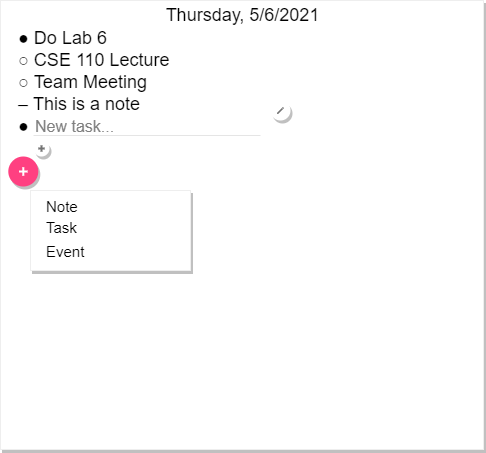
The draw.io diagram specs/editor.drawio.png in cse110-sp21-group29/cse110-sp21-group29, before a commit. Source tidied: cells renumbered, new cells last; positions are measured from the earlier drawing's top-left corner, leaving out a move shared by most shapes.
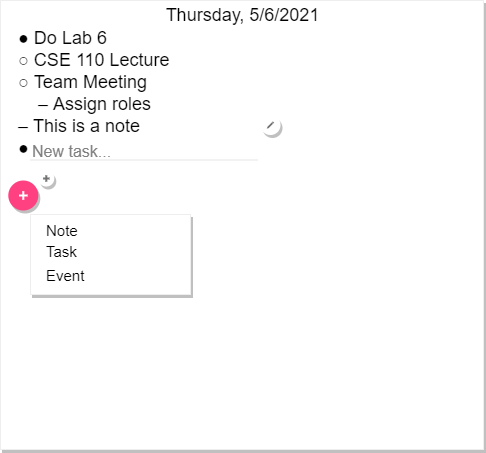
The same file after the commit.

Commit message:
Showed nesting

The edit, as a diff of the source:
```diff
@@ -2,23 +2,23 @@
   <root>
     <mxCell id="0" />
     <mxCell id="1" parent="0" />
-    <mxCell id="2" value="● Do Lab 6&#10;○ CSE 110 Lecture&#10;○ Team Meeting&#10;– This is a note&#10;● &#10;" style="shape=rect;fillColor=#ffffff;strokeColor=#eeeeee;shadow=1;fontColor=#000000;fontSize=18;fontStyle=0;verticalAlign=top;spacingBottom=0;spacingLeft=16;spacingTop=20;align=left;fontFamily=Helvetica;" parent="1" vertex="1">
+    <mxCell id="2" value="● Do Lab 6&#10;○ CSE 110 Lecture&#10;○ Team Meeting&#10;    – Assign roles&#10;– This is a note&#10;● &#10;" style="shape=rect;fillColor=#ffffff;strokeColor=#eeeeee;shadow=1;fontColor=#000000;fontSize=18;fontStyle=0;verticalAlign=top;spacingBottom=0;spacingLeft=16;spacingTop=20;align=left;fontFamily=Helvetica;" parent="1" vertex="1">
       <mxGeometry width="483" height="449" as="geometry" />
     </mxCell>
     <mxCell id="3" value="New task..." style="text;fontColor=#808080;fontSize=16;verticalAlign=middle;strokeColor=none;fillColor=none;align=left;" parent="1" vertex="1">
-      <mxGeometry x="33" y="110" width="227" height="30" as="geometry" />
+      <mxGeometry x="30" y="134.5" width="227" height="30" as="geometry" />
     </mxCell>
     <mxCell id="4" style="dashed=0;shape=line;strokeWidth=1;noLabel=1;strokeColor=#cccccc;opacity=50;fontFamily=Helvetica;fontSize=18;align=left;" parent="1" vertex="1">
-      <mxGeometry x="33" y="130" width="227" height="10" as="geometry" />
+      <mxGeometry x="30" y="154.5" width="227" height="10" as="geometry" />
     </mxCell>
     <mxCell id="5" style="shape=ellipse;dashed=0;strokeColor=none;shadow=1;fontSize=13;align=center;verticalAlign=top;labelPosition=center;verticalLabelPosition=bottom;html=1;" parent="1" vertex="1">
-      <mxGeometry x="33" y="140" width="16" height="16" as="geometry" />
+      <mxGeometry x="37.8" y="170" width="16" height="16" as="geometry" />
     </mxCell>
     <mxCell id="6" style="dashed=0;html=1;shape=mxgraph.gmdl.plus;strokeColor=#737373;strokeWidth=2;shadow=0;" parent="5" vertex="1">
       <mxGeometry x="4.8" y="4.8" width="6.4" height="6.4" as="geometry" />
     </mxCell>
     <mxCell id="7" style="shape=ellipse;fillColor=#FF4081;strokeColor=none;shadow=1;fontFamily=Helvetica;fontSize=18;align=left;" parent="1" vertex="1">
-      <mxGeometry x="7.8" y="156" width="30" height="30" as="geometry" />
+      <mxGeometry x="7.8" y="180" width="30" height="30" as="geometry" />
     </mxCell>
     <mxCell id="8" style="dashed=0;html=1;shape=mxgraph.gmdl.plus;strokeColor=#ffffff;strokeWidth=2;shadow=0;" parent="7" vertex="1">
       <mxGeometry x="10.7" y="10.7" width="8.6" height="8.6" as="geometry" />
@@ -27,13 +27,13 @@
       <mxGeometry x="156.5" width="170" height="30" as="geometry" />
     </mxCell>
     <mxCell id="10" style="shape=ellipse;dashed=0;strokeColor=none;shadow=1;fontSize=13;align=center;verticalAlign=top;labelPosition=center;verticalLabelPosition=bottom;html=1;" parent="1" vertex="1">
-      <mxGeometry x="270" y="100" width="20" height="20" as="geometry" />
+      <mxGeometry x="260" y="114.5" width="20" height="20" as="geometry" />
     </mxCell>
     <mxCell id="11" style="dashed=0;html=1;shape=mxgraph.gmdl.edit;strokeColor=none;fillColor=#737373;shadow=0;" parent="10" vertex="1">
       <mxGeometry x="6.4" y="6.4" width="7.1" height="7.1" as="geometry" />
     </mxCell>
     <mxCell id="12" style="perimeter=none;dashed=0;shape=rect;fillColor=#ffffff;strokeColor=#eeeeee;shadow=1;fontFamily=Helvetica;fontSize=18;align=left;" parent="1" vertex="1">
-      <mxGeometry x="30" y="190" width="160" height="80" as="geometry" />
+      <mxGeometry x="30" y="214" width="160" height="80" as="geometry" />
     </mxCell>
     <mxCell id="13" value="Note" style="text;verticalAlign=middle;fontSize=15;spacing=16;fontColor=#000000;" parent="12" vertex="1">
       <mxGeometry width="160" height="30" relative="1" as="geometry" />
```
